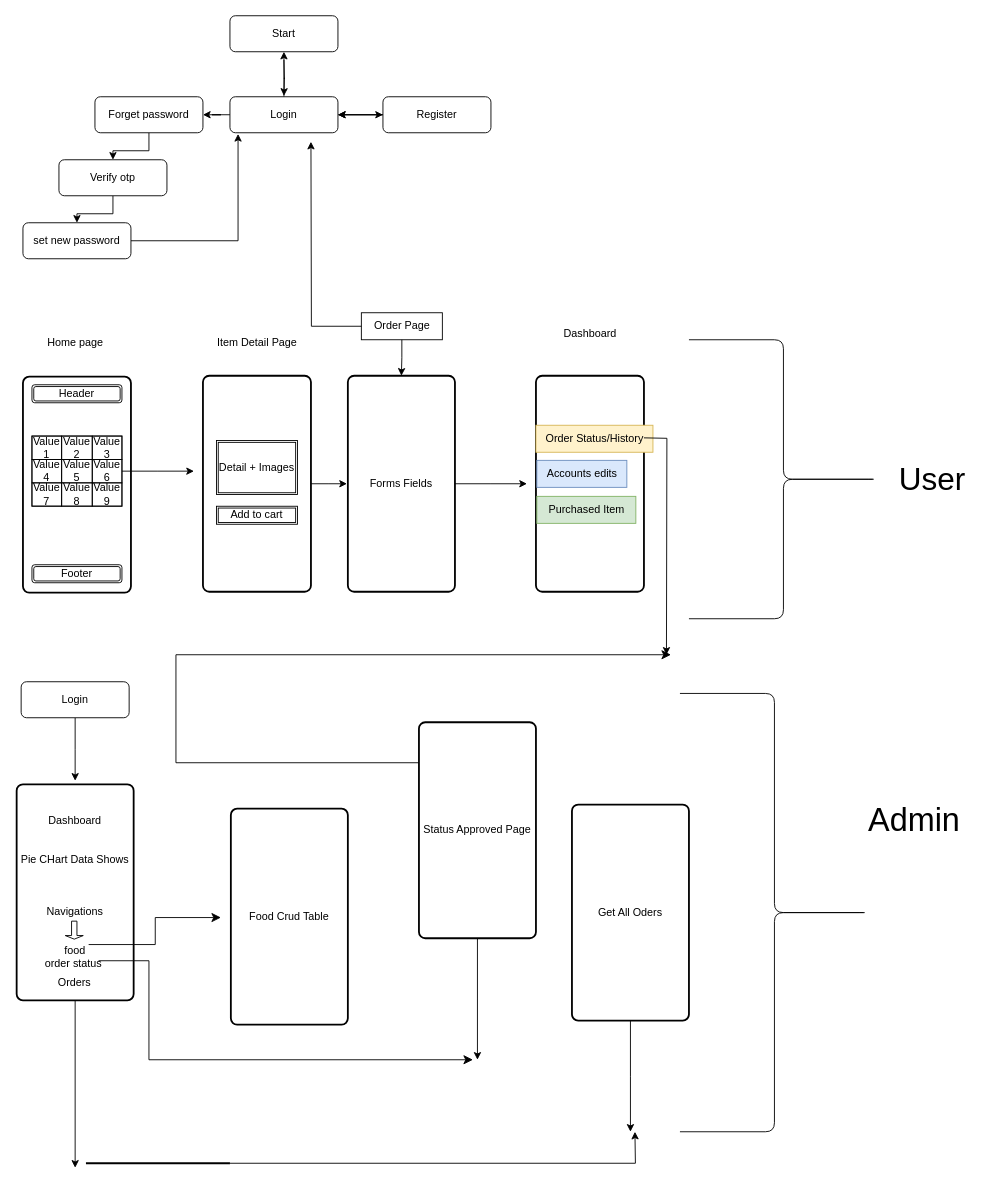
This is Untitled Diagram.drawio from Ahsan2001/Restaurant-Web-Application, a draw.io file, before an edit. Source tidied: cells renumbered, new cells numbered last; positions are measured from the earlier drawing's top-left corner, leaving out a move shared by most shapes. Both pictures are drawn from the tidied source at 90%, with x=0, y=0 at pixel (16, 15).
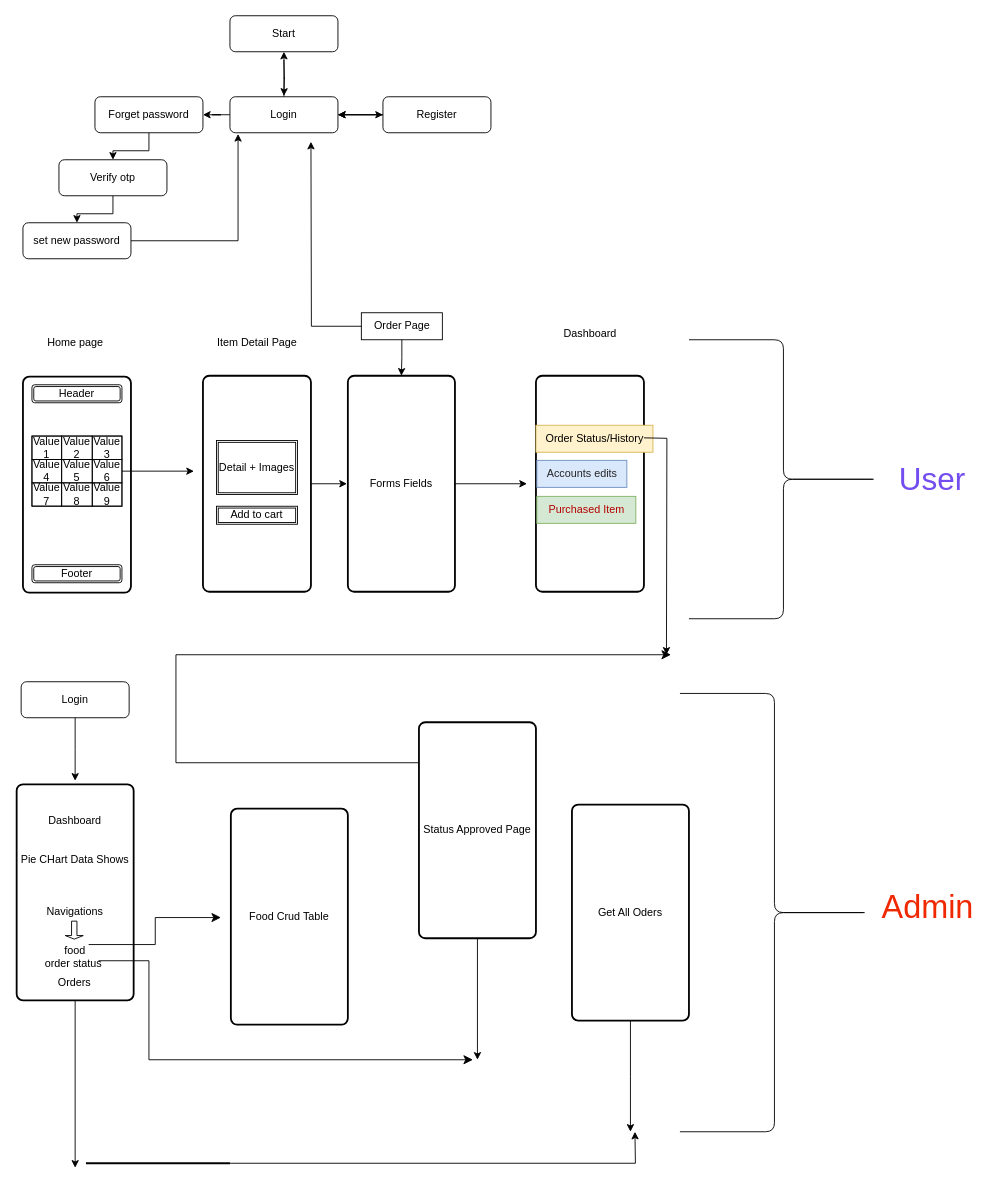
Above is the later version.

Diff of the diagram source:
```diff
@@
-    <mxCell id="47" value="Order Status/History" style="text;html=1;align=center;verticalAlign=middle;strokeColor=#d6b656;fillColor=#fff2cc;" parent="1" vertex="1">
+    <mxCell id="47" value="Order Status/History" style="text;html=1;align=center;verticalAlign=middle;strokeColor=#d6b656;fillColor=#fff2cc;fontColor=#000000;" parent="1" vertex="1">
       <mxGeometry x="577" y="455" width="130" height="30" as="geometry" />
     </mxCell>
-    <mxCell id="48" value="Accounts edits" style="text;html=1;align=center;verticalAlign=middle;strokeColor=#6c8ebf;fillColor=#dae8fc;" parent="1" vertex="1">
+    <mxCell id="48" value="Accounts edits" style="text;html=1;align=center;verticalAlign=middle;strokeColor=#6c8ebf;fillColor=#dae8fc;fontColor=#262626;" parent="1" vertex="1">
       <mxGeometry x="578" y="494" width="100" height="30" as="geometry" />
     </mxCell>
@@
-    <mxCell id="50" value="Purchased Item" style="text;html=1;align=center;verticalAlign=middle;strokeColor=#82b366;fillColor=#d5e8d4;" parent="1" vertex="1">
+    <mxCell id="50" value="Purchased Item" style="text;html=1;align=center;verticalAlign=middle;strokeColor=#82b366;fillColor=#d5e8d4;fontColor=#b30000;" parent="1" vertex="1">
       <mxGeometry x="578" y="534" width="110" height="30" as="geometry" />
     </mxCell>
@@
-    <mxCell id="52" value="User&amp;nbsp;" style="text;html=1;align=center;verticalAlign=middle;strokeColor=none;fillColor=none;strokeWidth=7;fontSize=35;" parent="1" vertex="1">
+    <mxCell id="52" value="User&amp;nbsp;" style="text;html=1;align=center;verticalAlign=middle;strokeColor=none;fillColor=none;strokeWidth=7;fontSize=35;fontColor=#734DF0;" parent="1" vertex="1">
       <mxGeometry x="967" y="485" width="110" height="60" as="geometry" />
     </mxCell>
@@
-    <mxCell id="54" value="&lt;font style=&quot;font-size: 36px;&quot;&gt;Admin&lt;/font&gt;" style="text;html=1;align=center;verticalAlign=middle;strokeColor=none;fillColor=none;fontSize=36;" parent="1" vertex="1">
-      <mxGeometry x="932" y="863" width="130" height="60" as="geometry" />
+    <mxCell id="54" value="&lt;font style=&quot;font-size: 36px;&quot;&gt;Admin&lt;/font&gt;" style="text;html=1;align=center;verticalAlign=middle;strokeColor=none;fillColor=none;fontSize=36;fontColor=#F02800;" parent="1" vertex="1">
+      <mxGeometry x="947" y="960" width="130" height="60" as="geometry" />
     </mxCell>
```
